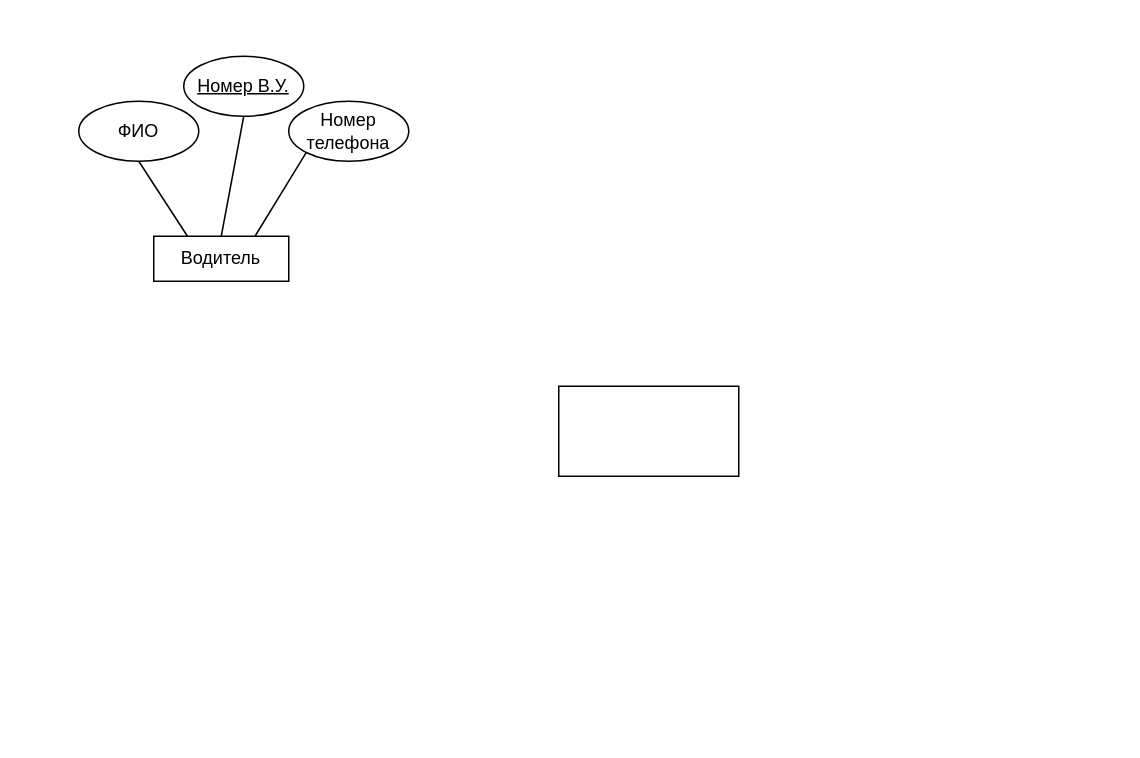
GAIshnik02/dbLab2 keeps this draw.io diagram as Диаграмма без названия.drawio. Above is the earlier version. Source tidied: cells renumbered, new cells numbered last; positions are measured from the earlier drawing's top-left corner, leaving out a move shared by most shapes. Both pictures are drawn from the tidied source at 150%, with x=0, y=0 at pixel (78, 56).
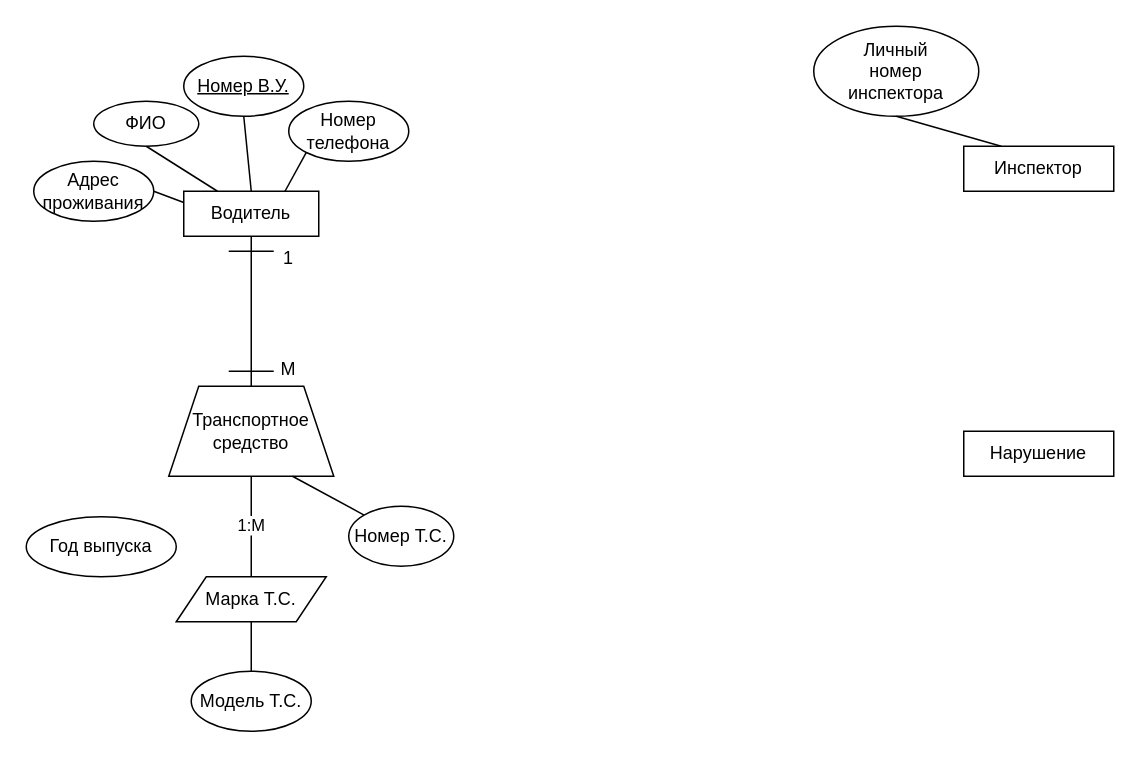
The same diagram, later.

Diff of the diagram source:
```diff
@@
-    <mxCell id="2" style="rounded=0;whiteSpace=wrap;html=1;" parent="1" vertex="1">
-      <mxGeometry x="320" y="220" width="120" height="60" as="geometry" />
+    <mxCell id="2" value="Инспектор" style="rounded=0;whiteSpace=wrap;html=1;" parent="1" vertex="1">
+      <mxGeometry x="590" y="60" width="100" height="30" as="geometry" />
     </mxCell>
     <mxCell id="3" value="Водитель" style="rounded=0;whiteSpace=wrap;html=1;" parent="1" vertex="1">
-      <mxGeometry x="50" y="120" width="90" height="30" as="geometry" />
+      <mxGeometry x="70" y="90" width="90" height="30" as="geometry" />
     </mxCell>
     <mxCell id="4" value="ФИО" style="ellipse;whiteSpace=wrap;html=1;" parent="1" vertex="1">
-      <mxGeometry y="30" width="80" height="40" as="geometry" />
+      <mxGeometry x="10" y="30" width="70" height="30" as="geometry" />
     </mxCell>
@@
+    <mxCell id="10" value="Адрес проживания" style="ellipse;whiteSpace=wrap;html=1;" parent="1" vertex="1">
+      <mxGeometry x="-30" y="70" width="80" height="40" as="geometry" />
+    </mxCell>
+    <mxCell id="11" style="endArrow=none;html=1;rounded=0;exitX=1;exitY=0.5;exitDx=0;exitDy=0;entryX=0;entryY=0.25;entryDx=0;entryDy=0;" parent="1" edge="1" source="10" target="3">
+      <mxGeometry relative="1" as="geometry" />
+    </mxCell>
+    <mxCell id="12" value="Нарушение" style="rounded=0;whiteSpace=wrap;html=1;" parent="1" vertex="1">
+      <mxGeometry x="590" y="250" width="100" height="30" as="geometry" />
+    </mxCell>
+    <mxCell id="13" value="Личный&lt;div&gt;номер&lt;/div&gt;&lt;div&gt;инспектора&lt;/div&gt;" style="ellipse;whiteSpace=wrap;html=1;" parent="1" vertex="1">
+      <mxGeometry x="490" y="-20" width="110" height="60" as="geometry" />
+    </mxCell>
+    <mxCell id="14" style="endArrow=none;html=1;rounded=0;entryX=0.5;entryY=1;entryDx=0;entryDy=0;exitX=0.25;exitY=0;exitDx=0;exitDy=0;" parent="1" edge="1" source="2" target="13">
+      <mxGeometry relative="1" as="geometry" />
+    </mxCell>
+    <mxCell id="15" value="Транспортное&lt;div&gt;средство&lt;/div&gt;" style="shape=trapezoid;perimeter=trapezoidPerimeter;whiteSpace=wrap;html=1;fixedSize=1;" parent="1" vertex="1">
+      <mxGeometry x="60" y="220" width="110" height="60" as="geometry" />
+    </mxCell>
+    <mxCell id="16" style="endArrow=none;html=1;rounded=0;entryX=0.5;entryY=1;entryDx=0;entryDy=0;exitX=0.5;exitY=0;exitDx=0;exitDy=0;" parent="1" edge="1" source="15" target="3">
+      <mxGeometry relative="1" as="geometry" />
+    </mxCell>
+    <mxCell id="17" style="endArrow=none;html=1;rounded=0;" parent="1" edge="1">
+      <mxGeometry relative="1" as="geometry">
+        <mxPoint x="100" y="210" as="sourcePoint" />
+        <mxPoint x="130" y="210" as="targetPoint" />
+      </mxGeometry>
+    </mxCell>
+    <mxCell id="18" style="endArrow=none;html=1;rounded=0;" parent="1" edge="1">
+      <mxGeometry relative="1" as="geometry">
+        <mxPoint x="100" y="130" as="sourcePoint" />
+        <mxPoint x="130" y="130" as="targetPoint" />
+      </mxGeometry>
+    </mxCell>
+    <mxCell id="19" value="1" style="text;strokeColor=none;align=center;fillColor=none;html=1;verticalAlign=middle;whiteSpace=wrap;rounded=0;" parent="1" vertex="1">
+      <mxGeometry x="110" y="120" width="60" height="30" as="geometry" />
+    </mxCell>
+    <mxCell id="20" value="M" style="text;strokeColor=none;align=center;fillColor=none;html=1;verticalAlign=middle;whiteSpace=wrap;rounded=0;" parent="1" vertex="1">
+      <mxGeometry x="110" y="194" width="60" height="30" as="geometry" />
+    </mxCell>
+    <mxCell id="21" value="Номер Т.С." style="ellipse;whiteSpace=wrap;html=1;" parent="1" vertex="1">
+      <mxGeometry x="180" y="300" width="70" height="40" as="geometry" />
+    </mxCell>
+    <mxCell id="22" value="Модель Т.С." style="ellipse;whiteSpace=wrap;html=1;" parent="1" vertex="1">
+      <mxGeometry x="75" y="410" width="80" height="40" as="geometry" />
+    </mxCell>
+    <mxCell id="23" style="endArrow=none;html=1;rounded=0;exitX=0.75;exitY=1;exitDx=0;exitDy=0;entryX=0;entryY=0;entryDx=0;entryDy=0;" parent="1" edge="1" source="15" target="21">
+      <mxGeometry relative="1" as="geometry" />
+    </mxCell>
+    <mxCell id="24" value="Марка Т.С." style="shape=parallelogram;perimeter=parallelogramPerimeter;whiteSpace=wrap;html=1;fixedSize=1;" parent="1" vertex="1">
+      <mxGeometry x="65" y="347" width="100" height="30" as="geometry" />
+    </mxCell>
+    <mxCell id="25" value="1:M" style="endArrow=none;html=1;rounded=0;exitX=0.5;exitY=0;exitDx=0;exitDy=0;entryX=0.5;entryY=1;entryDx=0;entryDy=0;" parent="1" edge="1" source="24" target="15">
+      <mxGeometry relative="1" as="geometry" />
+    </mxCell>
+    <mxCell id="26" style="endArrow=none;html=1;rounded=0;exitX=0.5;exitY=0;exitDx=0;exitDy=0;entryX=0.5;entryY=1;entryDx=0;entryDy=0;" parent="1" edge="1" source="22" target="24">
+      <mxGeometry relative="1" as="geometry" />
+    </mxCell>
+    <mxCell id="27" value="Год выпуска" style="ellipse;whiteSpace=wrap;html=1;" parent="1" vertex="1">
+      <mxGeometry x="-35" y="307" width="100" height="40" as="geometry" />
+    </mxCell>
```
